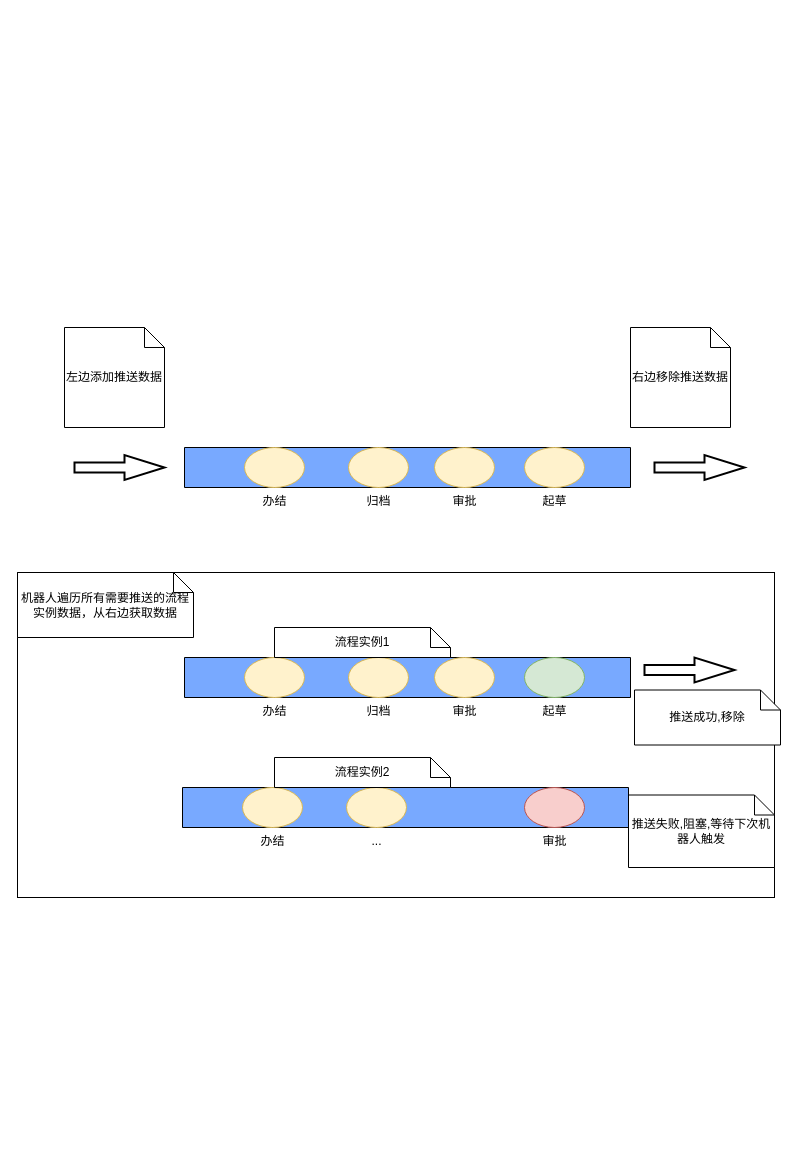
This is src/main/resources/未命名绘图.drawio from yuanyp/y_help_m, a draw.io file, before an edit. Source tidied: cells renumbered, new cells numbered last; positions are measured from the earlier drawing's top-left corner, leaving out a move shared by most shapes. Both pictures are drawn from the tidied source at 100%, with x=0, y=0 at pixel (17, 327).
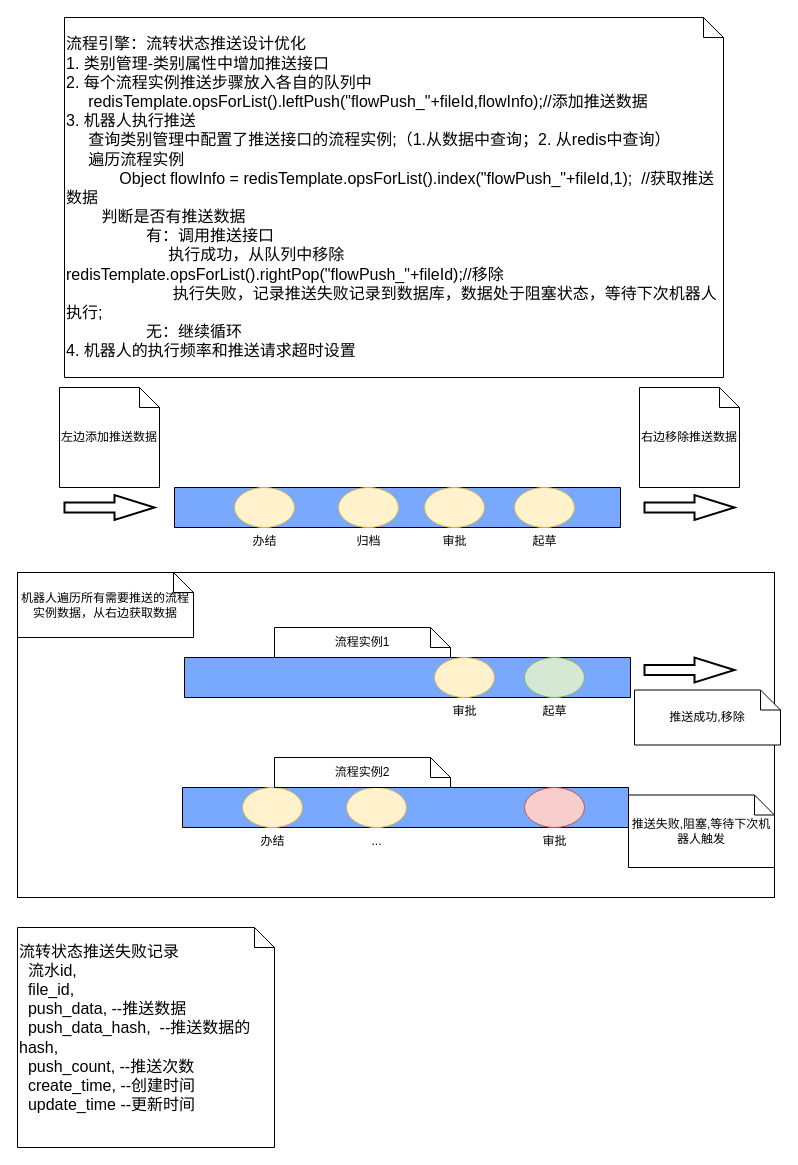
Above is the later version.

Commit message:
更新未命名绘图.drawio

What changed in the source:
```diff
@@
     <mxCell id="3" style="verticalLabelPosition=bottom;verticalAlign=top;html=1;shape=mxgraph.basic.patternFillRect;fillStyle=solid;step=5;fillStrokeWidth=0.2;fillStrokeColor=#dddddd;gradientColor=none;fillColor=#78A9FF;" parent="1" vertex="1">
-      <mxGeometry x="167" y="120" width="446" height="40" as="geometry" />
+      <mxGeometry x="157" y="160" width="446" height="40" as="geometry" />
     </mxCell>
     <mxCell id="4" style="verticalLabelPosition=bottom;verticalAlign=top;html=1;strokeWidth=2;shape=mxgraph.arrows2.arrow;dy=0.6;dx=40;notch=0;" parent="1" vertex="1">
-      <mxGeometry x="57" y="127.5" width="90" height="25" as="geometry" />
+      <mxGeometry x="47" y="167.5" width="90" height="25" as="geometry" />
     </mxCell>
     <mxCell id="5" value="左边添加推送数据" style="shape=note;size=20;whiteSpace=wrap;html=1;" parent="1" vertex="1">
-      <mxGeometry x="47" width="100" height="100" as="geometry" />
+      <mxGeometry x="42" y="60" width="100" height="100" as="geometry" />
     </mxCell>
     <mxCell id="6" style="verticalLabelPosition=bottom;verticalAlign=top;html=1;strokeWidth=2;shape=mxgraph.arrows2.arrow;dy=0.6;dx=40;notch=0;" parent="1" vertex="1">
-      <mxGeometry x="637" y="127.5" width="90" height="25" as="geometry" />
+      <mxGeometry x="627" y="167.5" width="90" height="25" as="geometry" />
     </mxCell>
     <mxCell id="7" value="右边移除推送数据" style="shape=note;size=20;whiteSpace=wrap;html=1;" parent="1" vertex="1">
-      <mxGeometry x="613" width="100" height="100" as="geometry" />
+      <mxGeometry x="622" y="60" width="100" height="100" as="geometry" />
     </mxCell>
     <mxCell id="8" value="起草" style="verticalLabelPosition=bottom;verticalAlign=top;html=1;shape=mxgraph.flowchart.on-page_reference;fillColor=#fff2cc;strokeColor=#d6b656;" parent="1" vertex="1">
-      <mxGeometry x="507" y="120" width="60" height="40" as="geometry" />
+      <mxGeometry x="497" y="160" width="60" height="40" as="geometry" />
     </mxCell>
     <mxCell id="9" value="审批" style="verticalLabelPosition=bottom;verticalAlign=top;html=1;shape=mxgraph.flowchart.on-page_reference;fillColor=#fff2cc;strokeColor=#d6b656;" parent="1" vertex="1">
-      <mxGeometry x="417" y="120" width="60" height="40" as="geometry" />
+      <mxGeometry x="407" y="160" width="60" height="40" as="geometry" />
     </mxCell>
     <mxCell id="10" value="归档" style="verticalLabelPosition=bottom;verticalAlign=top;html=1;shape=mxgraph.flowchart.on-page_reference;fillColor=#fff2cc;strokeColor=#d6b656;" parent="1" vertex="1">
-      <mxGeometry x="331" y="120" width="60" height="40" as="geometry" />
+      <mxGeometry x="321" y="160" width="60" height="40" as="geometry" />
     </mxCell>
     <mxCell id="11" value="办结" style="verticalLabelPosition=bottom;verticalAlign=top;html=1;shape=mxgraph.flowchart.on-page_reference;fillColor=#fff2cc;strokeColor=#d6b656;" parent="1" vertex="1">
-      <mxGeometry x="227" y="120" width="60" height="40" as="geometry" />
+      <mxGeometry x="217" y="160" width="60" height="40" as="geometry" />
     </mxCell>
@@
-    <mxCell id="16" value="归档" style="verticalLabelPosition=bottom;verticalAlign=top;html=1;shape=mxgraph.flowchart.on-page_reference;fillColor=#fff2cc;strokeColor=#d6b656;" parent="1" vertex="1">
-      <mxGeometry x="331" y="330" width="60" height="40" as="geometry" />
-    </mxCell>
-    <mxCell id="17" value="办结" style="verticalLabelPosition=bottom;verticalAlign=top;html=1;shape=mxgraph.flowchart.on-page_reference;fillColor=#fff2cc;strokeColor=#d6b656;" parent="1" vertex="1">
-      <mxGeometry x="227" y="330" width="60" height="40" as="geometry" />
-    </mxCell>
@@
+    <mxCell id="27" value="&lt;div style=&quot;font-size: 16px;&quot;&gt;&lt;font style=&quot;font-size: 16px;&quot;&gt;流程引擎：流转状态推送设计优化&lt;/font&gt;&lt;/div&gt;&lt;div style=&quot;font-size: 16px;&quot;&gt;&lt;font style=&quot;font-size: 16px;&quot;&gt;1. 类别管理-类别属性中增加推送接口&lt;/font&gt;&lt;/div&gt;&lt;div style=&quot;font-size: 16px;&quot;&gt;&lt;font style=&quot;font-size: 16px;&quot;&gt;2. 每个流程实例推送步骤放入各自的队列中&lt;/font&gt;&lt;/div&gt;&lt;div style=&quot;font-size: 16px;&quot;&gt;&lt;font style=&quot;font-size: 16px;&quot;&gt;&amp;nbsp; &amp;nbsp; &amp;nbsp;redisTemplate.opsForList().leftPush(&quot;flowPush_&quot;+fileId,flowInfo);//添加推送数据&lt;/font&gt;&lt;/div&gt;&lt;div style=&quot;font-size: 16px;&quot;&gt;&lt;font style=&quot;font-size: 16px;&quot;&gt;3. 机器人执行推送&lt;/font&gt;&lt;/div&gt;&lt;div style=&quot;font-size: 16px;&quot;&gt;&lt;font style=&quot;font-size: 16px;&quot;&gt;&amp;nbsp; &amp;nbsp; &amp;nbsp;查询类别管理中配置了推送接口的流程实例;（1.从数据中查询；2. 从redis中查询）&lt;/font&gt;&lt;/div&gt;&lt;div style=&quot;font-size: 16px;&quot;&gt;&lt;font style=&quot;font-size: 16px;&quot;&gt;&amp;nbsp; &amp;nbsp; &amp;nbsp;遍历流程实例&lt;/font&gt;&lt;/div&gt;&lt;div style=&quot;font-size: 16px;&quot;&gt;&lt;span style=&quot;white-space: normal;&quot;&gt;&lt;font style=&quot;font-size: 16px;&quot;&gt;&lt;span style=&quot;white-space:pre&quot;&gt;&#9;&lt;/span&gt;&amp;nbsp; &amp;nbsp; Object flowInfo = redisTemplate.opsForList().index(&quot;flowPush_&quot;+fileId,1);&amp;nbsp; //获取推送数据&lt;/font&gt;&lt;/span&gt;&lt;/div&gt;&lt;div style=&quot;font-size: 16px;&quot;&gt;&lt;font style=&quot;font-size: 16px;&quot;&gt;&amp;nbsp; &amp;nbsp; &amp;nbsp; &amp;nbsp; 判断是否有推送数据&lt;/font&gt;&lt;/div&gt;&lt;div style=&quot;font-size: 16px;&quot;&gt;&lt;span style=&quot;white-space: normal;&quot;&gt;&lt;font style=&quot;font-size: 16px;&quot;&gt;&lt;span style=&quot;white-space:pre&quot;&gt;&#9;&#9;&lt;/span&gt;&amp;nbsp; 有：调用推送接口&lt;/font&gt;&lt;/span&gt;&lt;/div&gt;&lt;div style=&quot;font-size: 16px;&quot;&gt;&lt;span style=&quot;white-space: normal;&quot;&gt;&lt;font style=&quot;font-size: 16px;&quot;&gt;&lt;span style=&quot;white-space:pre&quot;&gt;&#9;&#9;&lt;/span&gt;&amp;nbsp; &amp;nbsp; &amp;nbsp; &amp;nbsp;执行成功，从队列中移除 redisTemplate.opsForList().rightPop(&quot;flowPush_&quot;+fileId);//移除&lt;/font&gt;&lt;/span&gt;&lt;/div&gt;&lt;div style=&quot;font-size: 16px;&quot;&gt;&lt;span style=&quot;white-space: normal;&quot;&gt;&lt;font style=&quot;font-size: 16px;&quot;&gt;&lt;span style=&quot;white-space:pre&quot;&gt;&#9;&#9;&#9;&lt;/span&gt;执行失败，记录推送失败记录到数据库，数据处于阻塞状态，等待下次机器人执行;&lt;/font&gt;&lt;/span&gt;&lt;/div&gt;&lt;div style=&quot;font-size: 16px;&quot;&gt;&lt;span style=&quot;white-space: normal;&quot;&gt;&lt;font style=&quot;font-size: 16px;&quot;&gt;&lt;span style=&quot;white-space:pre&quot;&gt;&#9;&#9;&lt;/span&gt;&amp;nbsp; 无：继续循环&lt;/font&gt;&lt;/span&gt;&lt;/div&gt;&lt;div style=&quot;font-size: 16px;&quot;&gt;4. 机器人的执行频率和推送请求超时设置&lt;/div&gt;" style="shape=note;size=20;whiteSpace=wrap;html=1;align=left;" parent="1" vertex="1">
+      <mxGeometry x="47" y="-310" width="659" height="360" as="geometry" />
+    </mxCell>
+    <mxCell id="28" value="&lt;div style=&quot;font-size: 16px;&quot;&gt;流转状态推送失败记录&lt;/div&gt;&lt;div style=&quot;font-size: 16px;&quot;&gt;&amp;nbsp; 流水id,&lt;/div&gt;&lt;div style=&quot;font-size: 16px;&quot;&gt;&amp;nbsp; file_id,&lt;/div&gt;&lt;div style=&quot;font-size: 16px;&quot;&gt;&amp;nbsp; push_data, --推送数据&lt;/div&gt;&lt;div style=&quot;font-size: 16px;&quot;&gt;&amp;nbsp; push_data_hash,&amp;nbsp; --推送数据的hash,&lt;/div&gt;&lt;div style=&quot;font-size: 16px;&quot;&gt;&amp;nbsp; push_count, --推送次数&lt;/div&gt;&lt;div style=&quot;font-size: 16px;&quot;&gt;&amp;nbsp; create_time, --创建时间&lt;/div&gt;&lt;div style=&quot;font-size: 16px;&quot;&gt;&amp;nbsp; update_time --更新时间&lt;/div&gt;&lt;div style=&quot;font-size: 16px;&quot;&gt;&lt;br&gt;&lt;/div&gt;" style="shape=note;size=20;whiteSpace=wrap;html=1;align=left;" parent="1" vertex="1">
+      <mxGeometry y="600" width="257" height="220" as="geometry" />
+    </mxCell>
```
